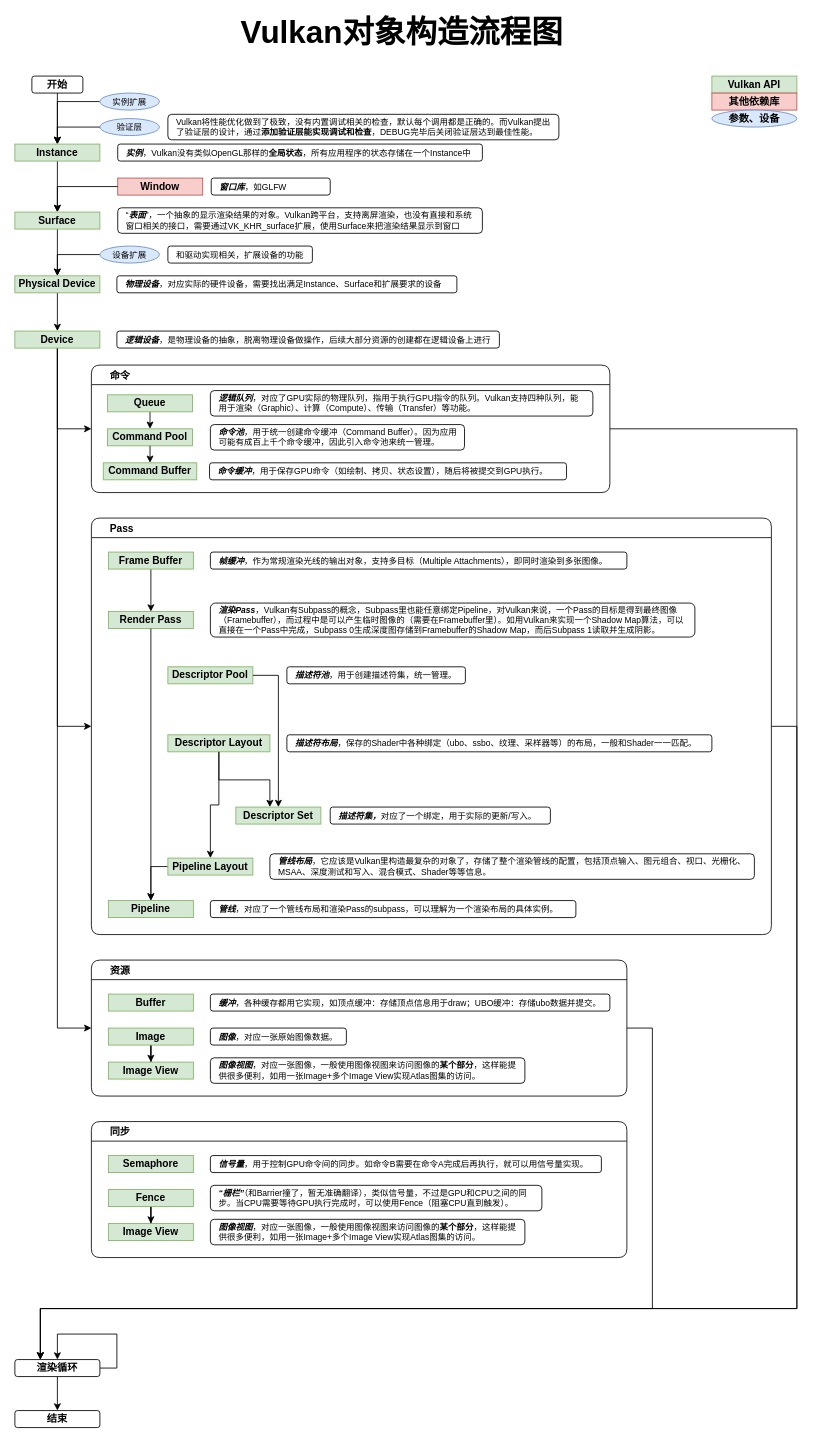
AllocBlock/goldsrc-renderer keeps this draw.io diagram as page "Vulkan构造流程图" (1 of 4) of Doc/Graphs.drawio. Above is the earlier version. Source tidied: cells renumbered, new cells numbered last; positions are measured from the earlier drawing's top-left corner, leaving out a move shared by most shapes. Both pictures are drawn from the tidied source at 85%, with x=0, y=0 at pixel (14, 16).
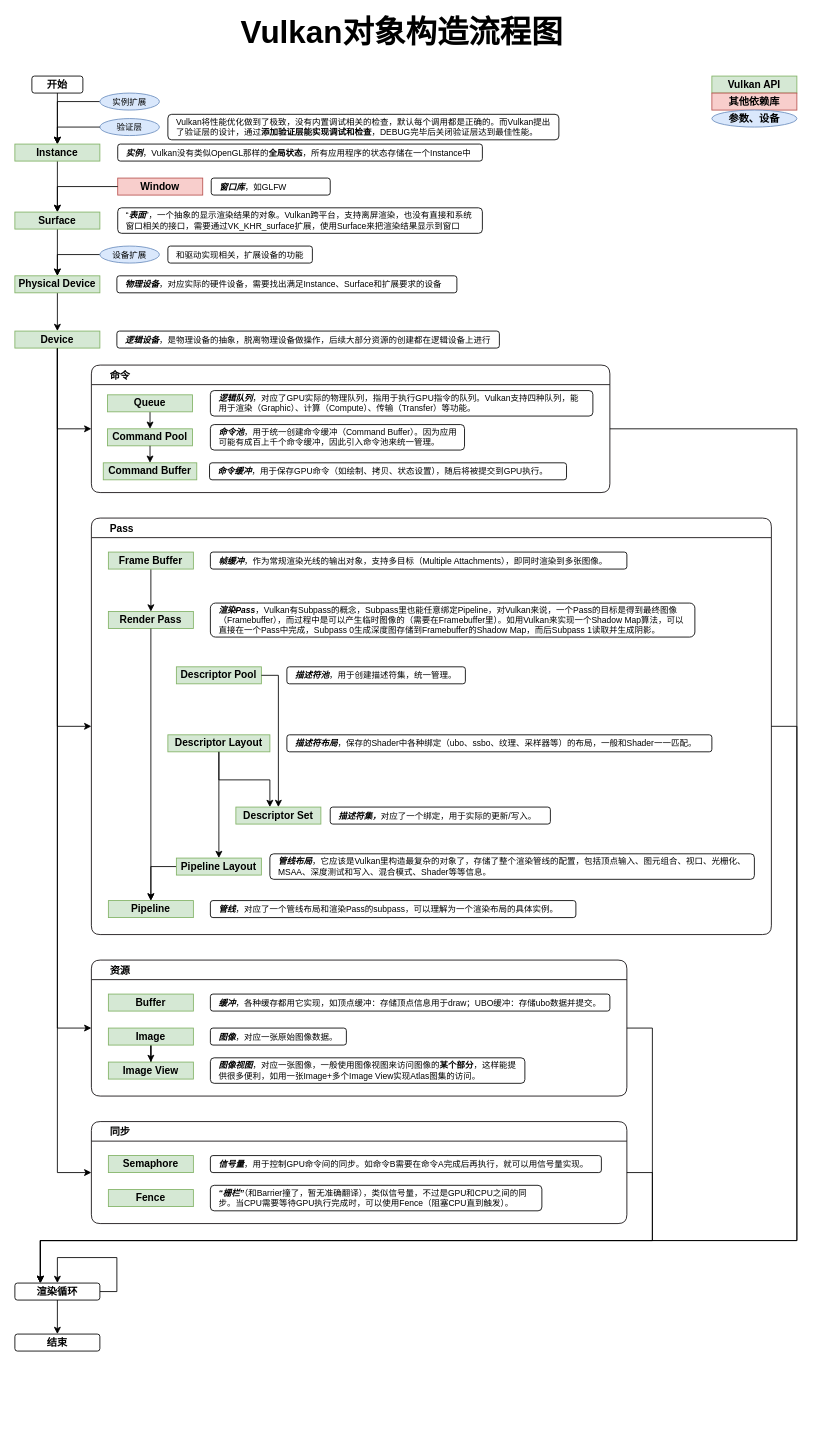
After the change.

Unchanged cells that the change refers to:
```xml
<mxCell id="3" value="命令" style="swimlane;rounded=1;shadow=0;glass=0;sketch=0;fontSize=12;strokeColor=#0D090B;strokeWidth=1;fillColor=none;startSize=23;align=left;spacingLeft=20;" parent="1" vertex="1">
  <mxGeometry x="90" y="410" width="610" height="150" as="geometry" />
</mxCell>
<mxCell id="40" value="&lt;span style=&quot;&quot;&gt;Device&lt;/span&gt;" style="rounded=0;whiteSpace=wrap;html=1;fillColor=#d5e8d4;strokeColor=#82b366;fontStyle=1;" parent="1" vertex="1">
  <mxGeometry y="370" width="100" height="20" as="geometry" />
</mxCell>
<mxCell id="47" value="Pass" style="swimlane;rounded=1;shadow=0;glass=0;sketch=0;fontSize=12;strokeColor=#0D090B;strokeWidth=1;fillColor=none;align=left;spacingLeft=20;" parent="1" vertex="1">
  <mxGeometry x="90" y="590" width="800" height="490" as="geometry" />
</mxCell>
<mxCell id="69" value="资源" style="swimlane;rounded=1;shadow=0;glass=0;sketch=0;fontSize=12;strokeColor=#0D090B;strokeWidth=1;fillColor=none;align=left;spacingLeft=20;" parent="1" vertex="1">
  <mxGeometry x="90" y="1110" width="630" height="160" as="geometry" />
</mxCell>
<mxCell id="81" value="Fence" style="rounded=0;whiteSpace=wrap;html=1;fillColor=#d5e8d4;strokeColor=#82b366;fontStyle=1;" parent="77" vertex="1">
  <mxGeometry x="20" y="80" width="100" height="20" as="geometry" />
</mxCell>
```

Diff of the diagram source:
```diff
@@
     <mxCell id="2" style="edgeStyle=orthogonalEdgeStyle;rounded=0;jettySize=auto;html=1;exitX=1;exitY=0.5;exitDx=0;exitDy=0;fontSize=12;" parent="1" edge="1" source="3" target="44">
       <mxGeometry relative="1" as="geometry">
         <Array as="points">
           <mxPoint x="920" y="485" />
-          <mxPoint x="920" y="1520" />
-          <mxPoint x="30" y="1520" />
+          <mxPoint x="920" y="1440" />
+          <mxPoint x="30" y="1440" />
         </Array>
       </mxGeometry>
     </mxCell>
@@
     <mxCell id="43" style="edgeStyle=orthogonalEdgeStyle;rounded=0;orthogonalLoop=1;jettySize=auto;html=1;fontSize=12;exitX=1;exitY=0.5;exitDx=0;exitDy=0;entryX=0.5;entryY=0;entryDx=0;entryDy=0;" parent="1" edge="1" source="44" target="44">
       <mxGeometry relative="1" as="geometry">
         <Array as="points">
-          <mxPoint x="120" y="1590" />
-          <mxPoint x="120" y="1550" />
-          <mxPoint x="50" y="1550" />
+          <mxPoint x="120" y="1500" />
+          <mxPoint x="120" y="1460" />
+          <mxPoint x="50" y="1460" />
         </Array>
       </mxGeometry>
     </mxCell>
     <mxCell id="44" value="渲染循环" style="rounded=1;whiteSpace=wrap;html=1;fontStyle=1;" parent="1" vertex="1">
-      <mxGeometry y="1580" width="100" height="20" as="geometry" />
+      <mxGeometry y="1490" width="100" height="20" as="geometry" />
     </mxCell>
     <mxCell id="45" value="结束" style="rounded=1;whiteSpace=wrap;html=1;fontStyle=1;" parent="1" vertex="1">
-      <mxGeometry y="1640" width="100" height="20" as="geometry" />
+      <mxGeometry y="1550" width="100" height="20" as="geometry" />
     </mxCell>
     <mxCell id="46" style="edgeStyle=orthogonalEdgeStyle;rounded=0;jettySize=auto;html=1;exitX=1;exitY=0.5;exitDx=0;exitDy=0;fontSize=12;entryX=0.299;entryY=-0.005;entryDx=0;entryDy=0;entryPerimeter=0;" parent="1" edge="1" source="47" target="44">
       <mxGeometry relative="1" as="geometry">
         <Array as="points">
           <mxPoint x="920" y="835" />
-          <mxPoint x="920" y="1520" />
-          <mxPoint x="30" y="1520" />
+          <mxPoint x="920" y="1440" />
+          <mxPoint x="30" y="1440" />
         </Array>
       </mxGeometry>
     </mxCell>
@@
     <mxCell id="57" value="&lt;span style=&quot;&quot;&gt;Pipeline Layout&lt;/span&gt;" style="rounded=0;whiteSpace=wrap;html=1;fillColor=#d5e8d4;strokeColor=#82b366;fontStyle=1;" parent="47" vertex="1">
-      <mxGeometry x="90" y="400" width="100" height="20" as="geometry" />
+      <mxGeometry x="100" y="400" width="100" height="20" as="geometry" />
     </mxCell>
@@
     <mxCell id="62" value="&lt;span style=&quot;&quot;&gt;Descriptor Pool&lt;/span&gt;" style="rounded=0;whiteSpace=wrap;html=1;fillColor=#d5e8d4;strokeColor=#82b366;fontStyle=1;" parent="47" vertex="1">
-      <mxGeometry x="90" y="175" width="100" height="20" as="geometry" />
+      <mxGeometry x="100" y="175" width="100" height="20" as="geometry" />
     </mxCell>
@@
     <mxCell id="68" style="edgeStyle=orthogonalEdgeStyle;rounded=0;jettySize=auto;html=1;exitX=1;exitY=0.5;exitDx=0;exitDy=0;fontSize=12;" parent="1" edge="1" source="69" target="44">
       <mxGeometry relative="1" as="geometry">
         <Array as="points">
           <mxPoint x="750" y="1190" />
-          <mxPoint x="750" y="1520" />
-          <mxPoint x="30" y="1520" />
+          <mxPoint x="750" y="1440" />
+          <mxPoint x="30" y="1440" />
         </Array>
       </mxGeometry>
     </mxCell>
@@
     <mxCell id="77" value="同步" style="swimlane;rounded=1;shadow=0;glass=0;sketch=0;fontSize=12;strokeColor=#0D090B;strokeWidth=1;fillColor=none;align=left;spacingLeft=20;" parent="1" vertex="1">
-      <mxGeometry x="90" y="1300" width="630" height="160" as="geometry" />
+      <mxGeometry x="90" y="1300" width="630" height="120" as="geometry" />
     </mxCell>
@@
-    <mxCell id="80" style="edgeStyle=orthogonalEdgeStyle;rounded=0;jettySize=auto;html=1;fontSize=12;" parent="77" edge="1" source="81" target="82">
-      <mxGeometry relative="1" as="geometry" />
-    </mxCell>
@@
-    <mxCell id="82" value="Image View" style="rounded=0;whiteSpace=wrap;html=1;fillColor=#d5e8d4;strokeColor=#82b366;fontStyle=1;" parent="77" vertex="1">
-      <mxGeometry x="20" y="120" width="100" height="20" as="geometry" />
-    </mxCell>
@@
-    <mxCell id="84" value="&lt;b&gt;&lt;i&gt;图像视图&lt;/i&gt;&lt;/b&gt;，对应一张图像，一般使用图像视图来访问图像的&lt;b&gt;某个部分&lt;/b&gt;，这样能提供很多便利，如用一张Image+多个Image View实现Atlas图集的访问。" style="rounded=1;whiteSpace=wrap;html=1;fontSize=10;align=left;spacingLeft=0;spacing=10;" parent="77" vertex="1">
-      <mxGeometry x="140" y="115" width="370" height="30" as="geometry" />
-    </mxCell>
@@
+    <mxCell id="86" style="edgeStyle=orthogonalEdgeStyle;rounded=0;jettySize=auto;html=1;entryX=0;entryY=0.5;entryDx=0;entryDy=0;fontSize=12;" parent="1" edge="1" source="40" target="77">
+      <mxGeometry relative="1" as="geometry" />
+    </mxCell>
+    <mxCell id="87" style="edgeStyle=orthogonalEdgeStyle;rounded=0;jettySize=auto;html=1;exitX=1;exitY=0.5;exitDx=0;exitDy=0;fontSize=12;" parent="1" edge="1" source="77" target="44">
+      <mxGeometry relative="1" as="geometry">
+        <Array as="points">
+          <mxPoint x="750" y="1360" />
+          <mxPoint x="750" y="1440" />
+          <mxPoint x="30" y="1440" />
+        </Array>
+      </mxGeometry>
+    </mxCell>
```
